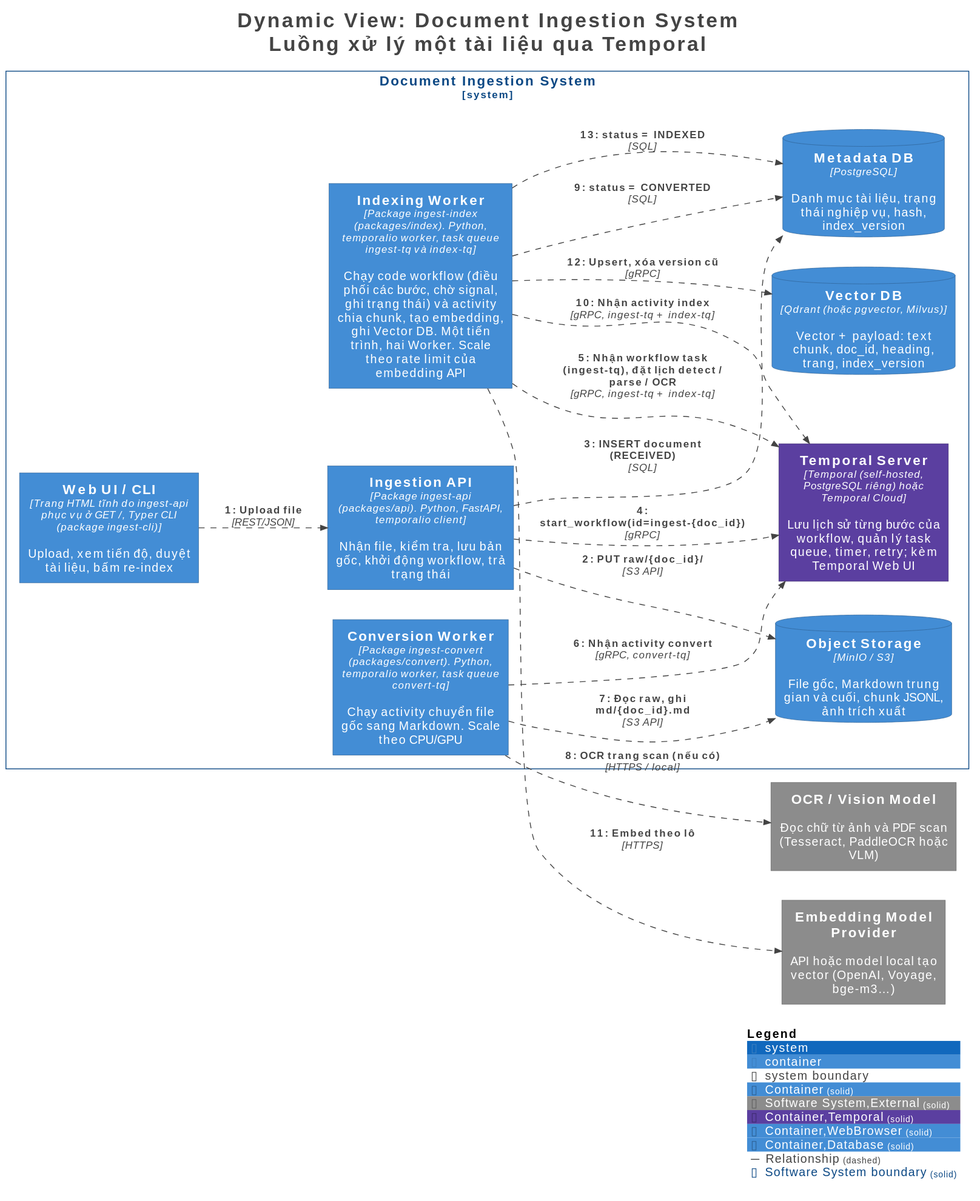
duypon2601/mdDocument keeps this PlantUML diagram as docs/architecture/diagrams/L2-Flow-Ingestion.svg. Above is the earlier version.
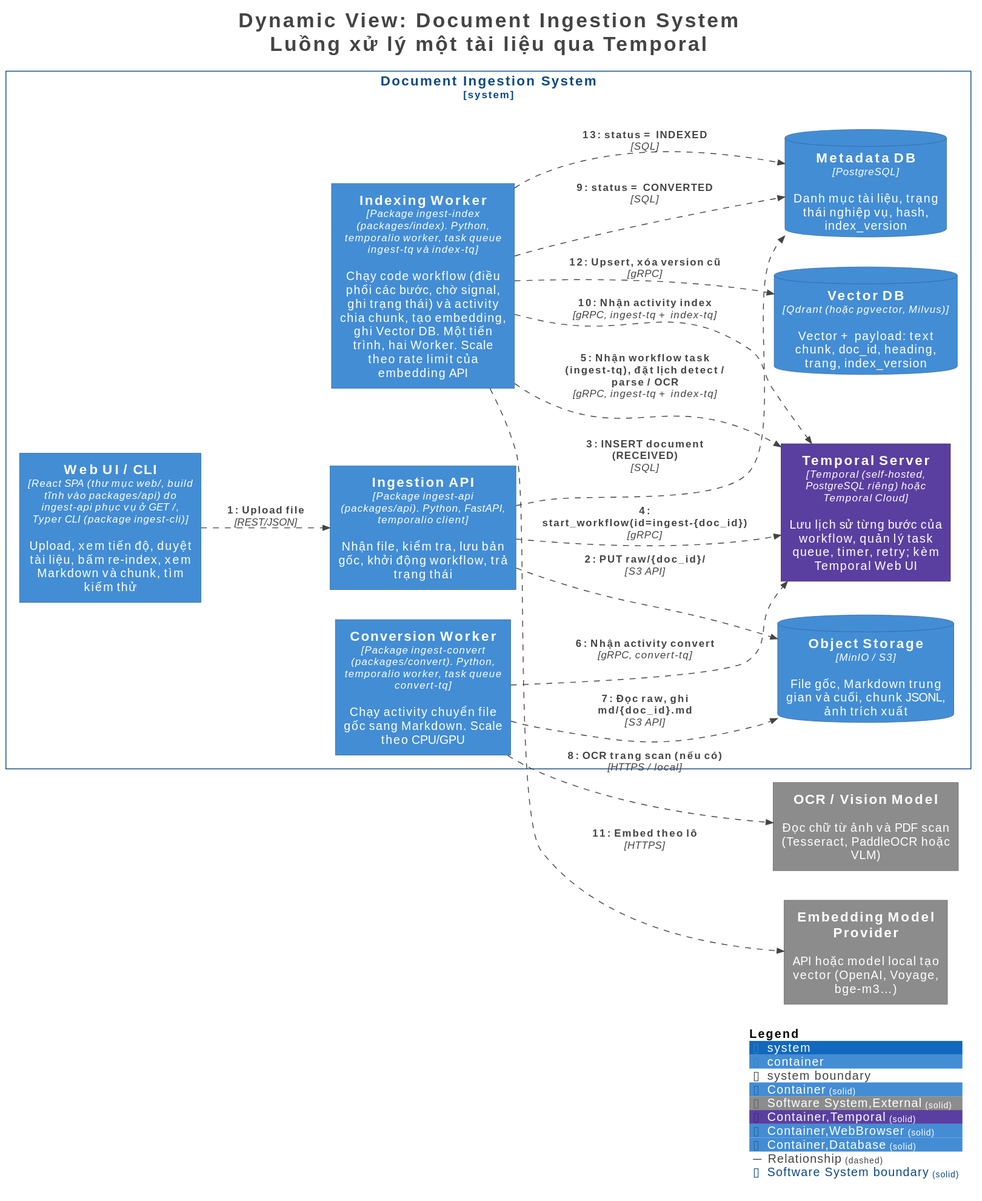
The same file after the commit.

The edit, as a diff of the source:
```diff
@@ -32,7 +32,7 @@
   ContainerDb(DocumentIngestionSystem.ObjectStorage, "Object Storage", $techn="MinIO / S3", $descr="File gốc, Markdown trung gian và cuối, chunk JSONL, ảnh trích xuất", $tags="Container,Database", $link="")
   ContainerDb(DocumentIngestionSystem.MetadataDB, "Metadata DB", $techn="PostgreSQL", $descr="Danh mục tài liệu, trạng thái nghiệp vụ, hash, index_version", $tags="Container,Database", $link="")
   ContainerDb(DocumentIngestionSystem.VectorDB, "Vector DB", $techn="Qdrant (hoặc pgvector, Milvus)", $descr="Vector + payload: text chunk, doc_id, heading, trang, index_version", $tags="Container,Database", $link="")
-  Container(DocumentIngestionSystem.WebUICLI, "Web UI / CLI", $techn="Trang HTML tĩnh do ingest-api phục vụ ở GET /, Typer CLI (package ingest-cli)", $descr="Upload, xem tiến độ, duyệt tài liệu, bấm re-index", $tags="Container,WebBrowser", $link="")
+  Container(DocumentIngestionSystem.WebUICLI, "Web UI / CLI", $techn="React SPA (thư mục web/, build tĩnh vào packages/api) do ingest-api phục vụ ở GET /, Typer CLI (package ingest-cli)", $descr="Upload, xem tiến độ, duyệt tài liệu, bấm re-index, xem Markdown và chunk, tìm kiếm thử", $tags="Container,WebBrowser", $link="")
   Container(DocumentIngestionSystem.IngestionAPI, "Ingestion API", $techn="Package ingest-api (packages/api). Python, FastAPI, temporalio client", $descr="Nhận file, kiểm tra, lưu bản gốc, khởi động workflow, trả trạng thái", $tags="Container", $link="")
 }
 
```
